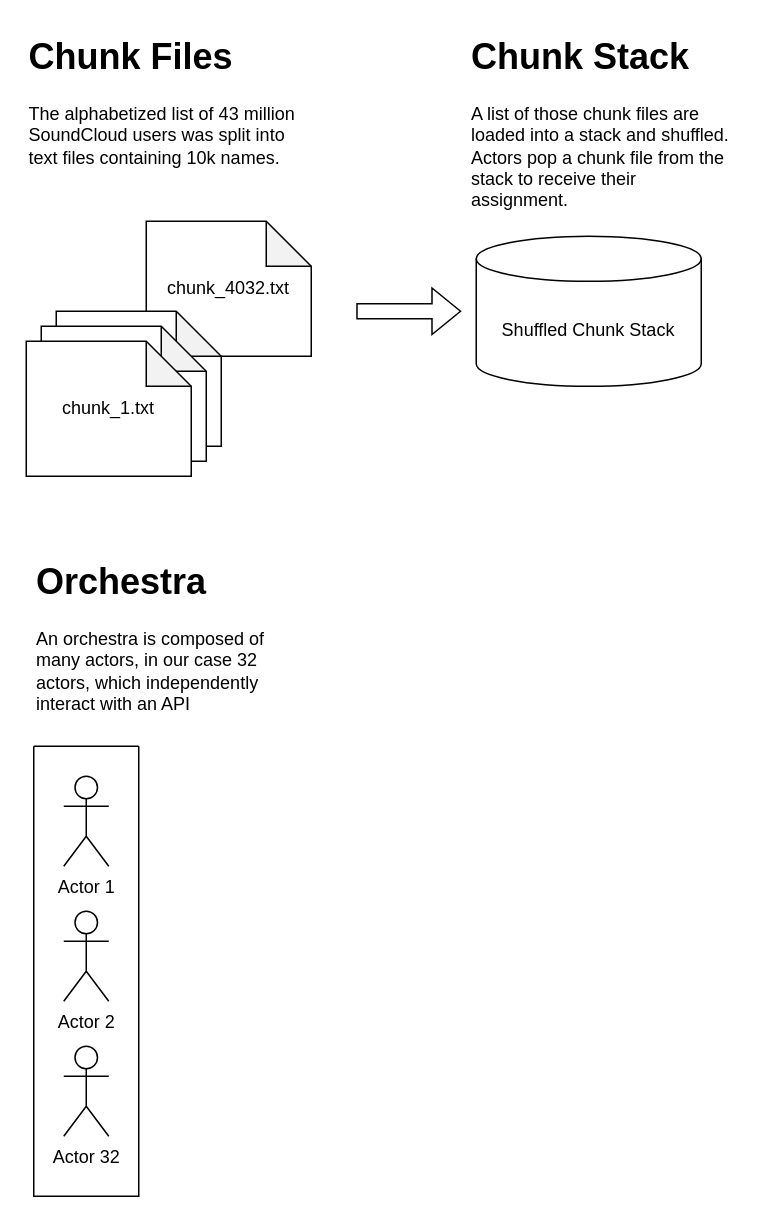
Earlier version of the draw.io diagram page "Page-1" (1 of 2) of SoundCloudScraper.drawio (EricOrrDev/Diagrams). Source tidied: cells renumbered, new cells numbered last; positions are measured from the earlier drawing's top-left corner, leaving out a move shared by most shapes. Both pictures are drawn from the tidied source at 150%, with x=0, y=0 at pixel (26, 26).
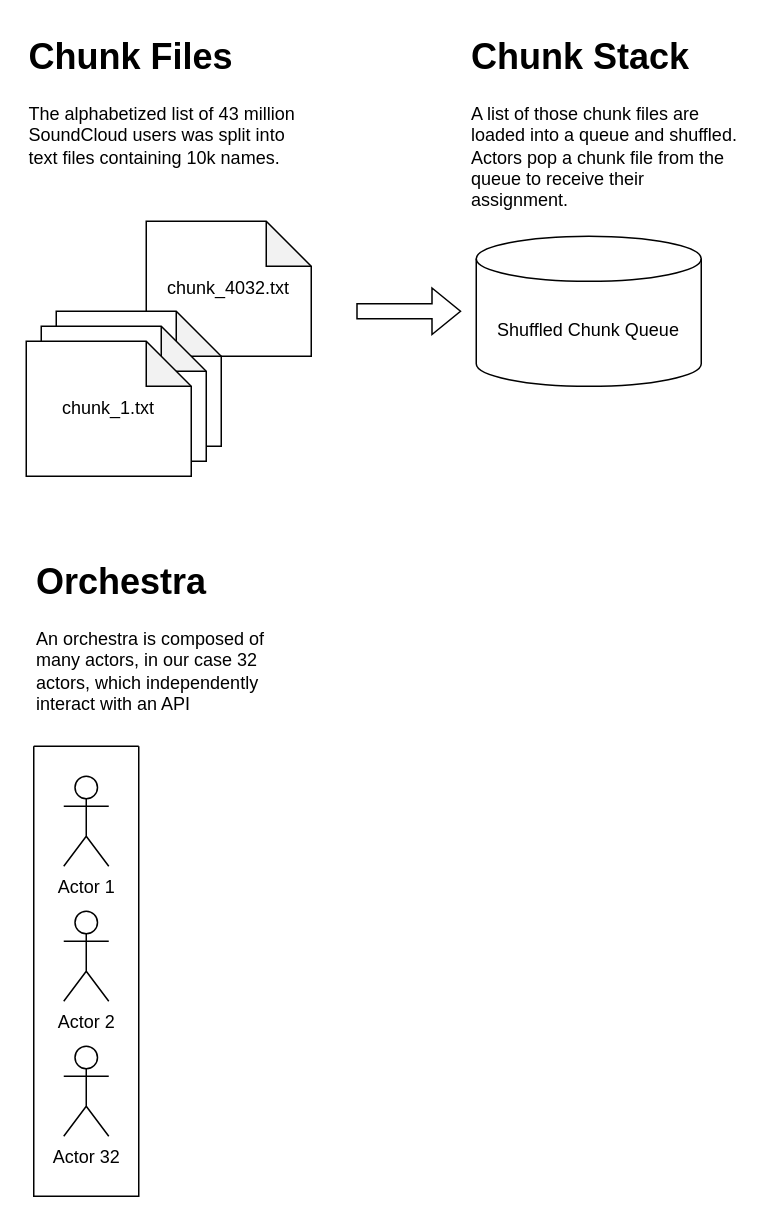
After the change.

The edit, as a diff of the source:
```diff
@@
 <mxGraphModel>
   <root>
     <mxCell id="0" />
     <mxCell id="1" parent="0" />
     <mxCell id="2" style="group;" parent="1" vertex="1">
       <mxGeometry width="190" height="300" as="geometry" />
     </mxCell>
     <mxCell id="3" style="group;" parent="2" vertex="1">
       <mxGeometry y="130" width="190" height="170" as="geometry" />
     </mxCell>
     <mxCell id="4" value="&lt;div&gt;chunk_4032.txt&lt;/div&gt;" style="shape=note;whiteSpace=wrap;html=1;backgroundOutline=1;darkOpacity=0.05;" parent="3" vertex="1">
       <mxGeometry x="80" width="110" height="90" as="geometry" />
     </mxCell>
     <mxCell id="5" style="shape=note;whiteSpace=wrap;html=1;backgroundOutline=1;darkOpacity=0.05;" parent="3" vertex="1">
       <mxGeometry x="20" y="60" width="110" height="90" as="geometry" />
     </mxCell>
     <mxCell id="6" style="shape=note;whiteSpace=wrap;html=1;backgroundOutline=1;darkOpacity=0.05;" parent="3" vertex="1">
       <mxGeometry x="10" y="70" width="110" height="90" as="geometry" />
     </mxCell>
     <mxCell id="7" value="&lt;div&gt;chunk_1.txt&lt;/div&gt;" style="shape=note;whiteSpace=wrap;html=1;backgroundOutline=1;darkOpacity=0.05;" parent="3" vertex="1">
       <mxGeometry y="80" width="110" height="90" as="geometry" />
     </mxCell>
     <mxCell id="8" value="&lt;h1 style=&quot;margin-top: 0px;&quot;&gt;Chunk Files&lt;br&gt;&lt;/h1&gt;&lt;p&gt;The alphabetized list of 43 million SoundCloud users was split into text files containing 10k names.&lt;br&gt;&lt;/p&gt;" style="text;html=1;whiteSpace=wrap;overflow=hidden;rounded=0;" parent="2" vertex="1">
       <mxGeometry width="180" height="100" as="geometry" />
     </mxCell>
     <mxCell id="9" style="shape=flexArrow;endArrow=classic;html=1;rounded=0;" parent="1" edge="1">
       <mxGeometry relative="1" as="geometry">
         <mxPoint x="220" y="190" as="sourcePoint" />
         <mxPoint x="290" y="190" as="targetPoint" />
       </mxGeometry>
     </mxCell>
     <mxCell id="10" style="group;" parent="1" vertex="1">
       <mxGeometry x="295" width="180" height="240" as="geometry" />
     </mxCell>
-    <mxCell id="11" value="Shuffled Chunk Stack" style="shape=cylinder3;whiteSpace=wrap;html=1;boundedLbl=1;backgroundOutline=1;size=15;" parent="10" vertex="1">
+    <mxCell id="11" value="Shuffled Chunk Queue" style="shape=cylinder3;whiteSpace=wrap;html=1;boundedLbl=1;backgroundOutline=1;size=15;" parent="10" vertex="1">
       <mxGeometry x="5" y="140" width="150" height="100" as="geometry" />
     </mxCell>
-    <mxCell id="12" value="&lt;h1 style=&quot;margin-top: 0px;&quot;&gt;Chunk Stack&lt;br&gt;&lt;/h1&gt;&lt;p&gt;A list of those chunk files are loaded into a stack and shuffled. Actors pop a chunk file from the stack to receive their assignment.&lt;br&gt;&lt;/p&gt;" style="text;html=1;whiteSpace=wrap;overflow=hidden;rounded=0;" parent="10" vertex="1">
+    <mxCell id="12" value="&lt;h1 style=&quot;margin-top: 0px;&quot;&gt;Chunk Stack&lt;br&gt;&lt;/h1&gt;&lt;p&gt;A list of those chunk files are loaded into a queue and shuffled. Actors pop a chunk file from the queue to receive their assignment.&lt;br&gt;&lt;/p&gt;" style="text;html=1;whiteSpace=wrap;overflow=hidden;rounded=0;" parent="10" vertex="1">
       <mxGeometry width="180" height="120" as="geometry" />
     </mxCell>
     <mxCell id="13" style="swimlane;startSize=0;" parent="1" vertex="1">
       <mxGeometry x="5" y="480" width="70" height="300" as="geometry" />
     </mxCell>
     <mxCell id="14" value="Actor 32" style="shape=umlActor;verticalLabelPosition=bottom;verticalAlign=top;html=1;" parent="13" vertex="1">
       <mxGeometry x="20" y="200" width="30" height="60" as="geometry" />
     </mxCell>
     <mxCell id="15" style="group;" parent="13" vertex="1">
       <mxGeometry x="20" y="20" width="30" height="150" as="geometry" />
     </mxCell>
     <mxCell id="16" value="Actor 1" style="shape=umlActor;verticalLabelPosition=bottom;verticalAlign=top;html=1;" parent="15" vertex="1">
       <mxGeometry width="30" height="60" as="geometry" />
     </mxCell>
     <mxCell id="17" value="Actor 2" style="shape=umlActor;verticalLabelPosition=bottom;verticalAlign=top;html=1;" parent="15" vertex="1">
       <mxGeometry y="90" width="30" height="60" as="geometry" />
     </mxCell>
     <mxCell id="18" value="&lt;h1 style=&quot;margin-top: 0px;&quot;&gt;Orchestra&lt;br&gt;&lt;/h1&gt;&lt;p&gt;An orchestra is composed of many actors, in our case 32 actors, which independently interact with an API&lt;br&gt;&lt;/p&gt;" style="text;html=1;whiteSpace=wrap;overflow=hidden;rounded=0;" parent="1" vertex="1">
       <mxGeometry x="5" y="350" width="180" height="120" as="geometry" />
     </mxCell>
   </root>
 </mxGraphModel>
```
